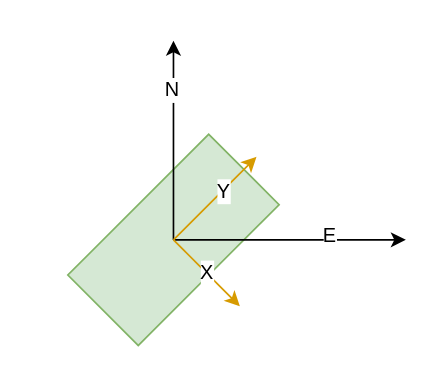
Before: vision_gnss_fusion.drawio in sunbingfeng/draw_sketches, a draw.io diagram. Source tidied: cells renumbered, new cells numbered last; positions are measured from the earlier drawing's top-left corner, leaving out a move shared by most shapes. Both pictures are drawn from the tidied source at 166%, with x=0, y=0 at pixel (73, 40).
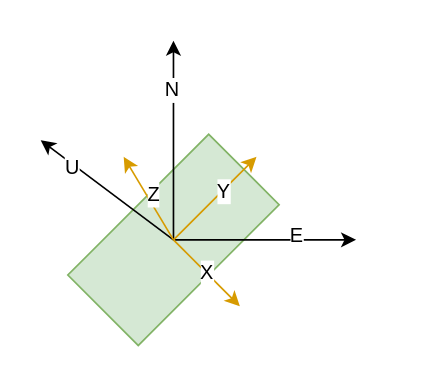
Above is the later version.

What changed in the source:
```diff
@@
     <mxCell id="5" style="endArrow=classic;html=1;" parent="1" edge="1">
       <mxGeometry relative="1" as="geometry">
         <mxPoint x="60" y="120" as="sourcePoint" />
-        <mxPoint x="200" y="120" as="targetPoint" />
+        <mxPoint x="170" y="120" as="targetPoint" />
       </mxGeometry>
     </mxCell>
@@
+    <mxCell id="11" style="endArrow=classic;html=1;" parent="1" edge="1">
+      <mxGeometry relative="1" as="geometry">
+        <mxPoint x="60" y="120" as="sourcePoint" />
+        <mxPoint x="-20" y="60" as="targetPoint" />
+      </mxGeometry>
+    </mxCell>
+    <mxCell id="12" value="U" style="text;html=1;align=center;verticalAlign=middle;labelBackgroundColor=#ffffff;" parent="11" vertex="1">
+      <mxGeometry x="0.52" y="2" relative="1" as="geometry" />
+    </mxCell>
+    <mxCell id="13" style="endArrow=classic;html=1;fillColor=#ffe6cc;strokeColor=#d79b00;" parent="1" edge="1">
+      <mxGeometry relative="1" as="geometry">
+        <mxPoint x="60" y="120" as="sourcePoint" />
+        <mxPoint x="30" y="70" as="targetPoint" />
+      </mxGeometry>
+    </mxCell>
+    <mxCell id="14" value="Z" style="text;html=1;align=center;verticalAlign=middle;labelBackgroundColor=#ffffff;" parent="13" vertex="1">
+      <mxGeometry x="0.52" y="2" relative="1" as="geometry">
+        <mxPoint x="11.8" y="9.6" as="offset" />
+      </mxGeometry>
+    </mxCell>
```
